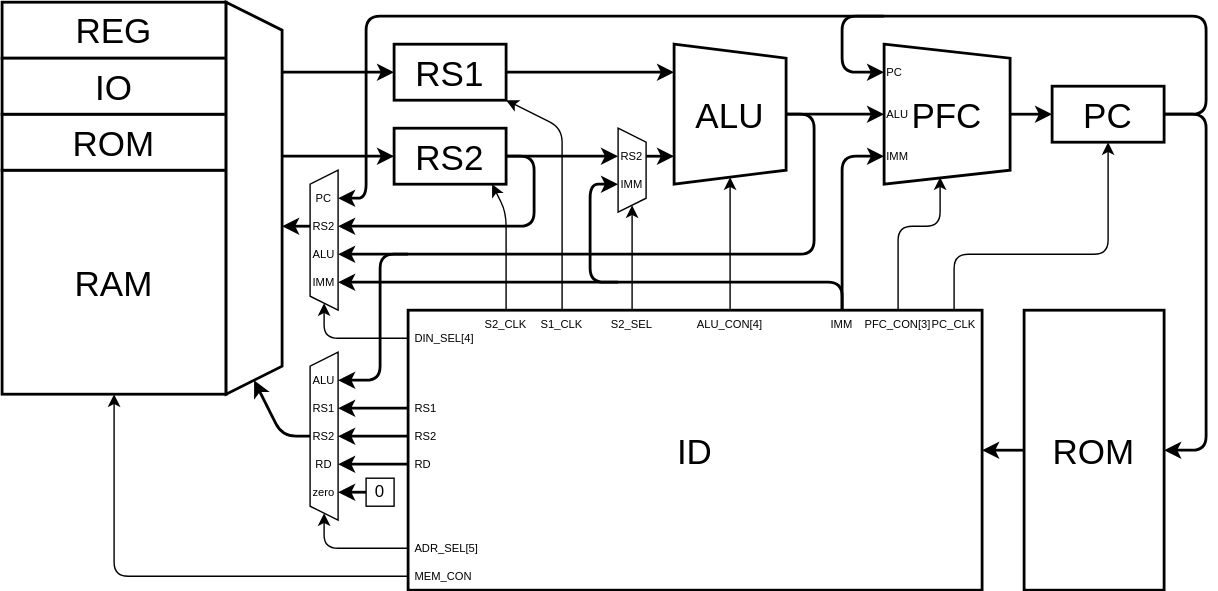
amane-uehara/kanade-k-1228.github.io keeps this draw.io diagram as Lab/Computer/Micon/01_CPU/img/arch.dio.svg. Above is the earlier version. Source tidied: cells renumbered, new cells last; positions are measured from the earlier drawing's top-left corner, leaving out a move shared by most shapes.
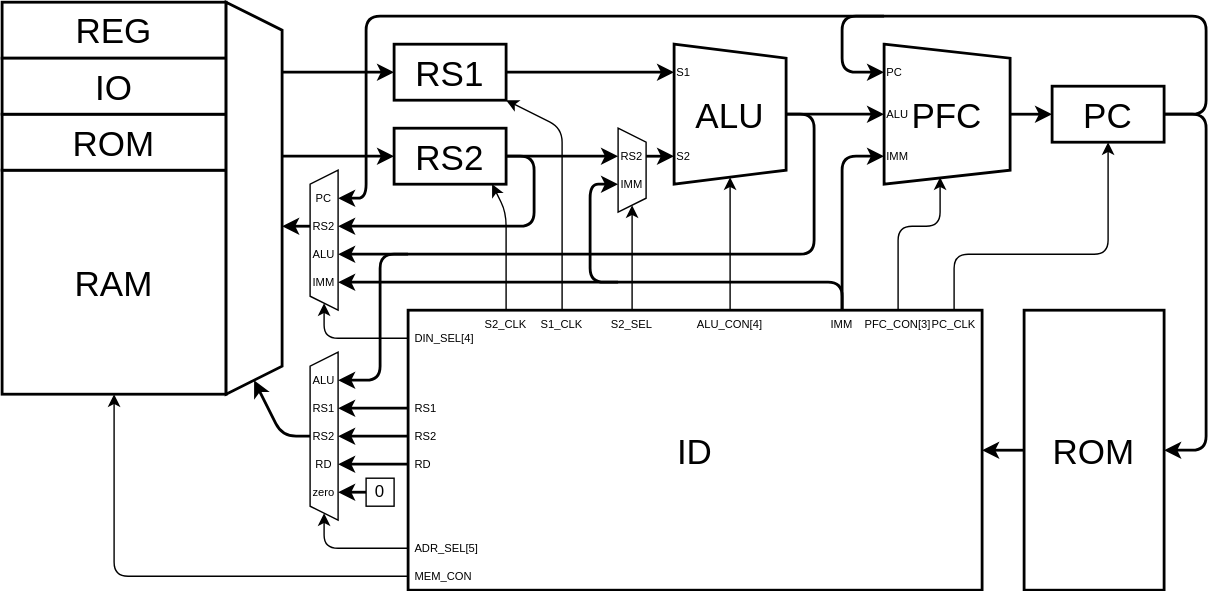
Above is the later version.

What changed in the source:
```diff
@@ -85,9 +85,10 @@
     </mxCell>
     <mxCell id="17" style="endArrow=classic;html=1;fontSize=25;startArrow=none;startFill=0;strokeWidth=2;" parent="1" edge="1">
       <mxGeometry relative="1" as="geometry">
-        <mxPoint x="440" y="200" as="sourcePoint" />
+        <mxPoint x="600" y="220" as="sourcePoint" />
         <mxPoint x="440" y="130" as="targetPoint" />
         <Array as="points">
+          <mxPoint x="600" y="200" />
           <mxPoint x="420" y="200" />
           <mxPoint x="420" y="130" />
         </Array>
@@ -342,11 +343,8 @@
     </mxCell>
     <mxCell id="67" style="endArrow=classic;html=1;fontSize=25;startArrow=none;startFill=0;strokeWidth=2;" parent="1" edge="1">
       <mxGeometry relative="1" as="geometry">
-        <mxPoint x="600" y="220" as="sourcePoint" />
+        <mxPoint x="440" y="200" as="sourcePoint" />
         <mxPoint x="240" y="200" as="targetPoint" />
-        <Array as="points">
-          <mxPoint x="600" y="200" />
-        </Array>
       </mxGeometry>
     </mxCell>
     <mxCell id="68" value="RS2" style="text;html=1;strokeColor=none;fillColor=none;align=center;verticalAlign=middle;whiteSpace=wrap;rounded=0;rotation=0;fontSize=8;" parent="1" vertex="1">
@@ -385,5 +383,11 @@
     <mxCell id="76" value="0" style="rounded=0;whiteSpace=wrap;html=1;" parent="1" vertex="1">
       <mxGeometry x="260" y="340" width="20" height="20" as="geometry" />
     </mxCell>
+    <mxCell id="77" value="S1" style="text;html=1;strokeColor=none;fillColor=none;align=left;verticalAlign=middle;whiteSpace=wrap;rounded=0;rotation=0;fontSize=8;" parent="1" vertex="1">
+      <mxGeometry x="480" y="40" width="40" height="20" as="geometry" />
+    </mxCell>
+    <mxCell id="78" value="S2" style="text;html=1;strokeColor=none;fillColor=none;align=left;verticalAlign=middle;whiteSpace=wrap;rounded=0;rotation=0;fontSize=8;" parent="1" vertex="1">
+      <mxGeometry x="480" y="100" width="40" height="20" as="geometry" />
+    </mxCell>
   </root>
 </mxGraphModel>
```
